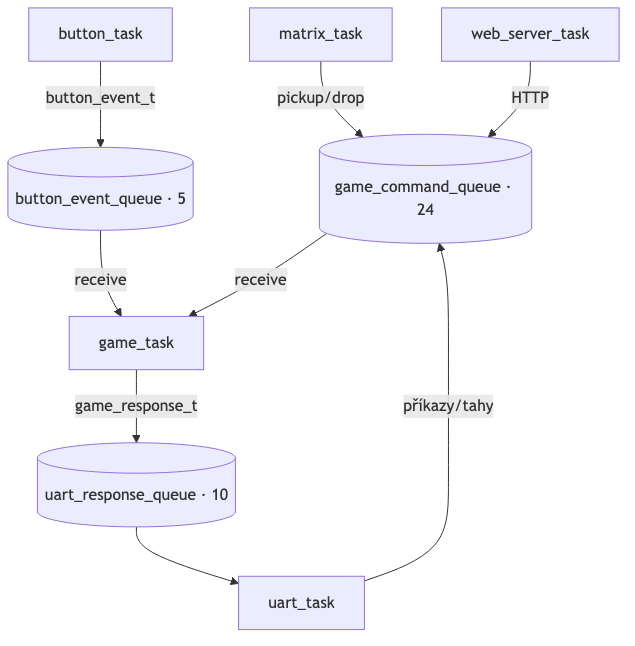
This is docs/diagrams/queues_flow.png from AlfredKrutina/chess_esp32_c6_devkit, a Mermaid export, as it was before one commit. Its source is kept beside it as docs/diagrams/sources/queues_flow.mmd.
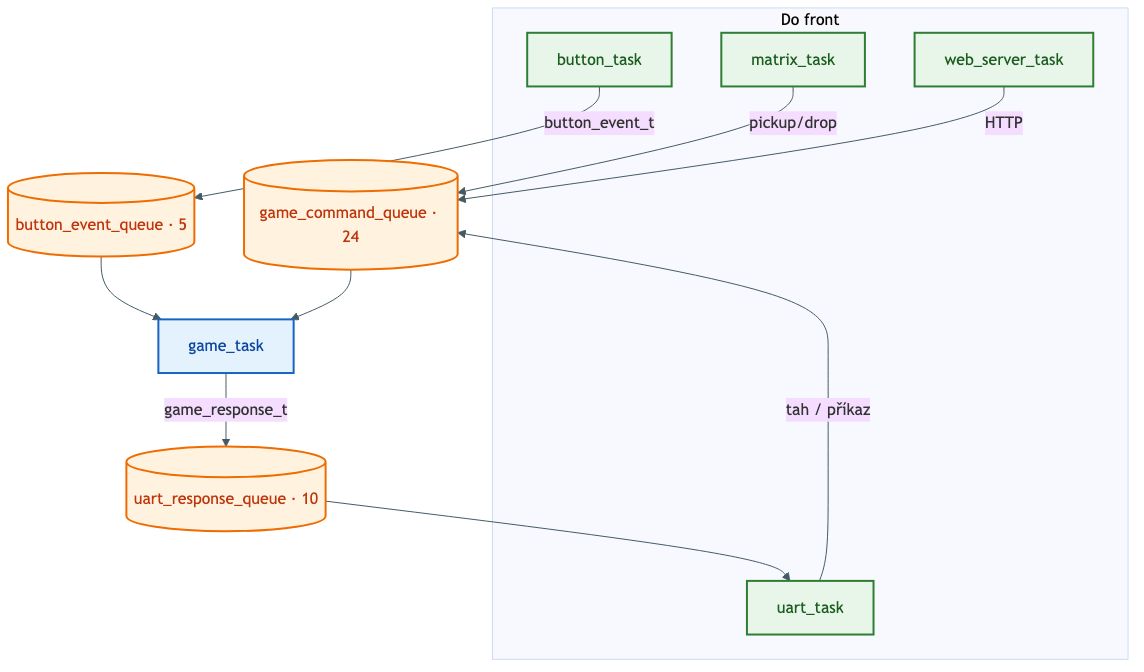
Later version of the same file.

Change to the diagram source:
```diff
@@ -1,11 +1,26 @@
+%%{init: {'theme':'base', 'themeVariables': {'lineColor':'#455a64'}}}%%
 flowchart TB
-  MT[matrix_task] -->|pickup/drop| GQ[("game_command_queue · 24")]
-  BTN[button_task] -->|button_event_t| BQ[("button_event_queue · 5")]
-  UART[uart_task] -->|příkazy/tahy| GQ
-  WEB[web_server_task] -->|HTTP| GQ
+  subgraph PROD["Do front"]
+    MT[matrix_task]:::taskN
+    BTN[button_task]:::taskN
+    UART[uart_task]:::taskN
+    WEB[web_server_task]:::taskN
+  end
 
-  BQ -->|receive| GT[game_task]
-  GQ -->|receive| GT
+  GQ[("game_command_queue · 24")]:::queueN
+  BQ[("button_event_queue · 5")]:::queueN
+  GT[game_task]:::gameN
+  URQ[("uart_response_queue · 10")]:::queueN
 
-  GT -->|game_response_t| URQ[("uart_response_queue · 10")]
+  MT -->|pickup/drop| GQ
+  BTN -->|button_event_t| BQ
+  UART -->|tah / příkaz| GQ
+  WEB -->|HTTP| GQ
+  BQ --> GT
+  GQ --> GT
+  GT -->|game_response_t| URQ
   URQ --> UART
+
+  classDef taskN fill:#e8f5e9,stroke:#2e7d32,stroke-width:2px,color:#1b5e20
+  classDef queueN fill:#fff3e0,stroke:#ef6c00,stroke-width:2px,color:#bf360c
+  classDef gameN fill:#e3f2fd,stroke:#1565c0,stroke-width:2px,color:#0d47a1
```
